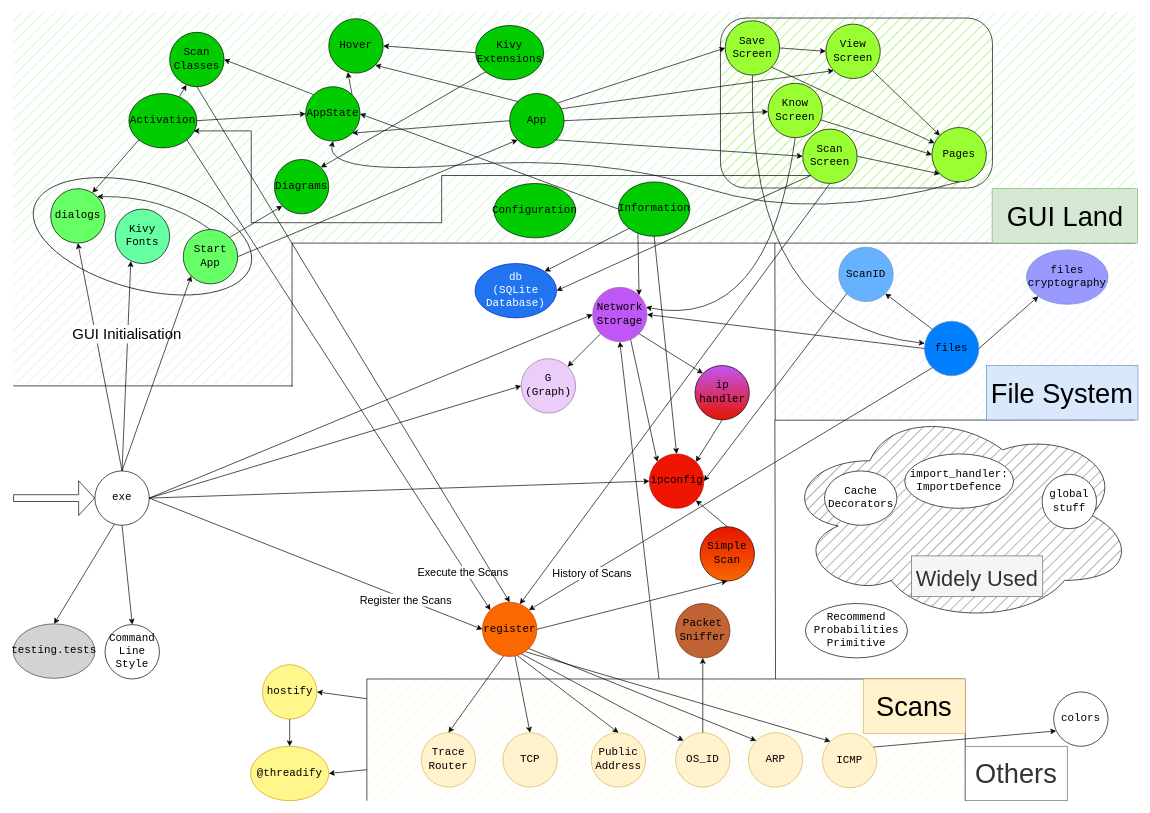
Before: Scanner/drawio-diagrams/modules.drawio in ShZil/network-utilities, a draw.io diagram. Source tidied: cells renumbered, new cells numbered last; positions are measured from the earlier drawing's top-left corner, leaving out a move shared by most shapes. Both pictures are drawn from the tidied source at 68%, with x=0, y=0 at pixel (13, 12).
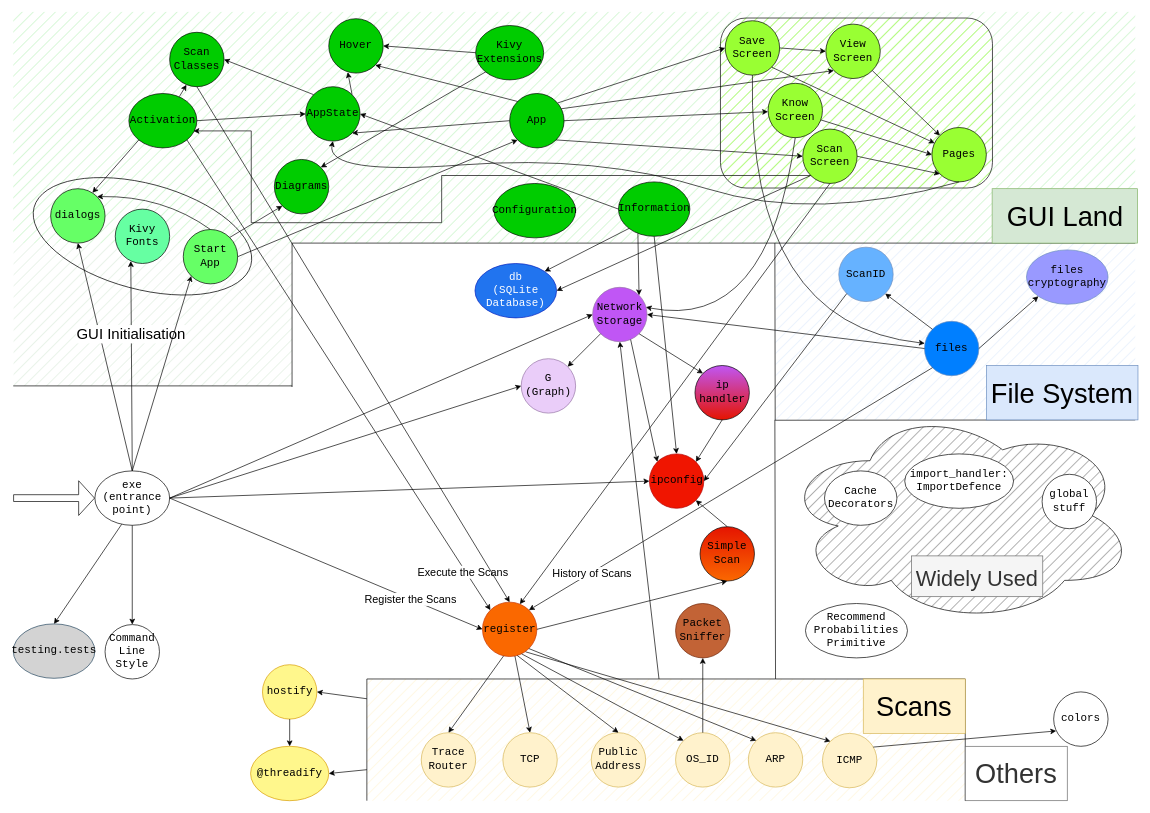
The same diagram, later.

Diff of the diagram source:
```diff
@@
-    <mxCell id="14" value="exe" style="ellipse;whiteSpace=wrap;html=1;fontFamily=Consolas;fontSize=16;" parent="1" vertex="1">
-      <mxGeometry x="120" y="675" width="80" height="80" as="geometry" />
+    <mxCell id="14" value="exe (entrance point)" style="ellipse;whiteSpace=wrap;html=1;fontFamily=Consolas;fontSize=16;" parent="1" vertex="1">
+      <mxGeometry x="120" y="675" width="110" height="80" as="geometry" />
     </mxCell>
```
